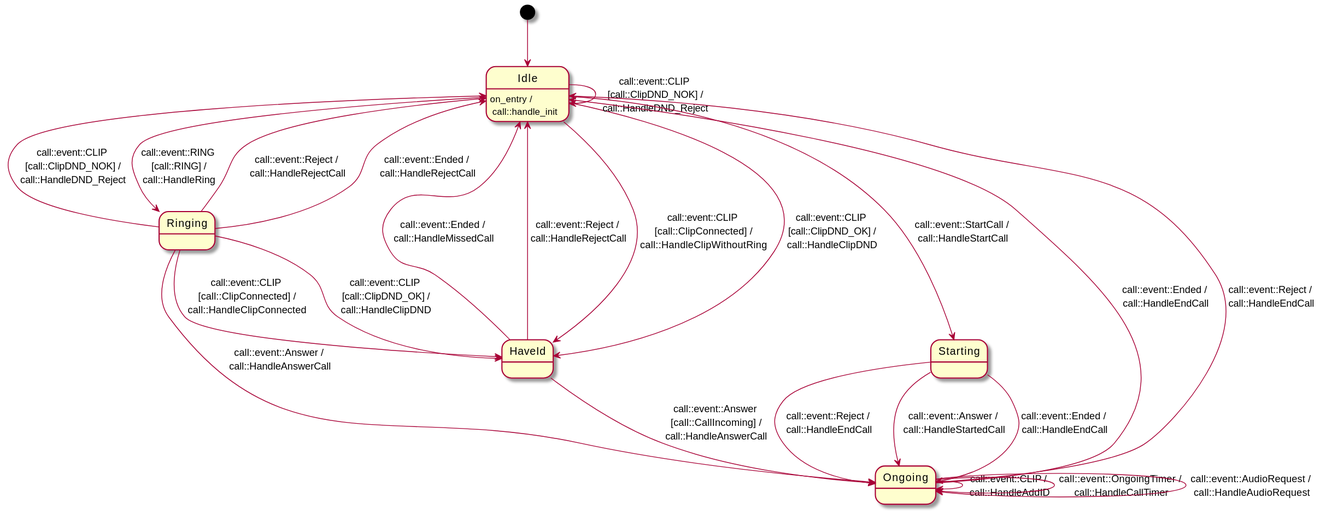
The PlantUML diagram module-services/service-cellular/call/doc/call.svg in mudita/MuditaOS, before a commit. Source of this version:
```plantuml
@startuml

[*] --> Idle
Idle : on_entry /\n call::handle_init
Idle --> Ringing : call::event::RING\n [call::RING] /\n call::HandleRing
Idle --> HaveId : call::event::CLIP\n [call::ClipConnected] /\n call::HandleClipWithoutRing
Idle --> HaveId : call::event::CLIP\n [call::ClipDND_OK] /\n call::HandleClipDND
Idle --> Idle : call::event::CLIP\n [call::ClipDND_NOK] /\n call::HandleDND_Reject
Idle --> Starting : call::event::StartCall /\n call::HandleStartCall
Starting --> Ongoing : call::event::Ended /\n call::HandleEndCall
Starting --> Ongoing : call::event::Reject /\n call::HandleEndCall
Starting --> Ongoing : call::event::Answer /\n call::HandleStartedCall
Ringing --> Ongoing : call::event::Answer /\n call::HandleAnswerCall
Ringing --> Idle : call::event::Reject /\n call::HandleRejectCall
Ringing --> Idle : call::event::Ended /\n call::HandleRejectCall
Ringing --> HaveId : call::event::CLIP\n [call::ClipConnected] /\n call::HandleClipConnected
Ringing --> HaveId : call::event::CLIP\n [call::ClipDND_OK] /\n call::HandleClipDND
Ringing --> Idle : call::event::CLIP\n [call::ClipDND_NOK] /\n call::HandleDND_Reject
HaveId --> Ongoing : call::event::Answer\n [call::CallIncoming] /\n call::HandleAnswerCall
HaveId --> Idle : call::event::Ended /\n call::HandleMissedCall
HaveId --> Idle : call::event::Reject /\n call::HandleRejectCall
Ongoing --> Ongoing : call::event::CLIP /\n call::HandleAddID
Ongoing --> Ongoing : call::event::OngoingTimer /\n call::HandleCallTimer
Ongoing --> Ongoing : call::event::AudioRequest /\n call::HandleAudioRequest
Ongoing --> Idle : call::event::Ended /\n call::HandleEndCall
Ongoing --> Idle : call::event::Reject /\n call::HandleEndCall

@enduml
```
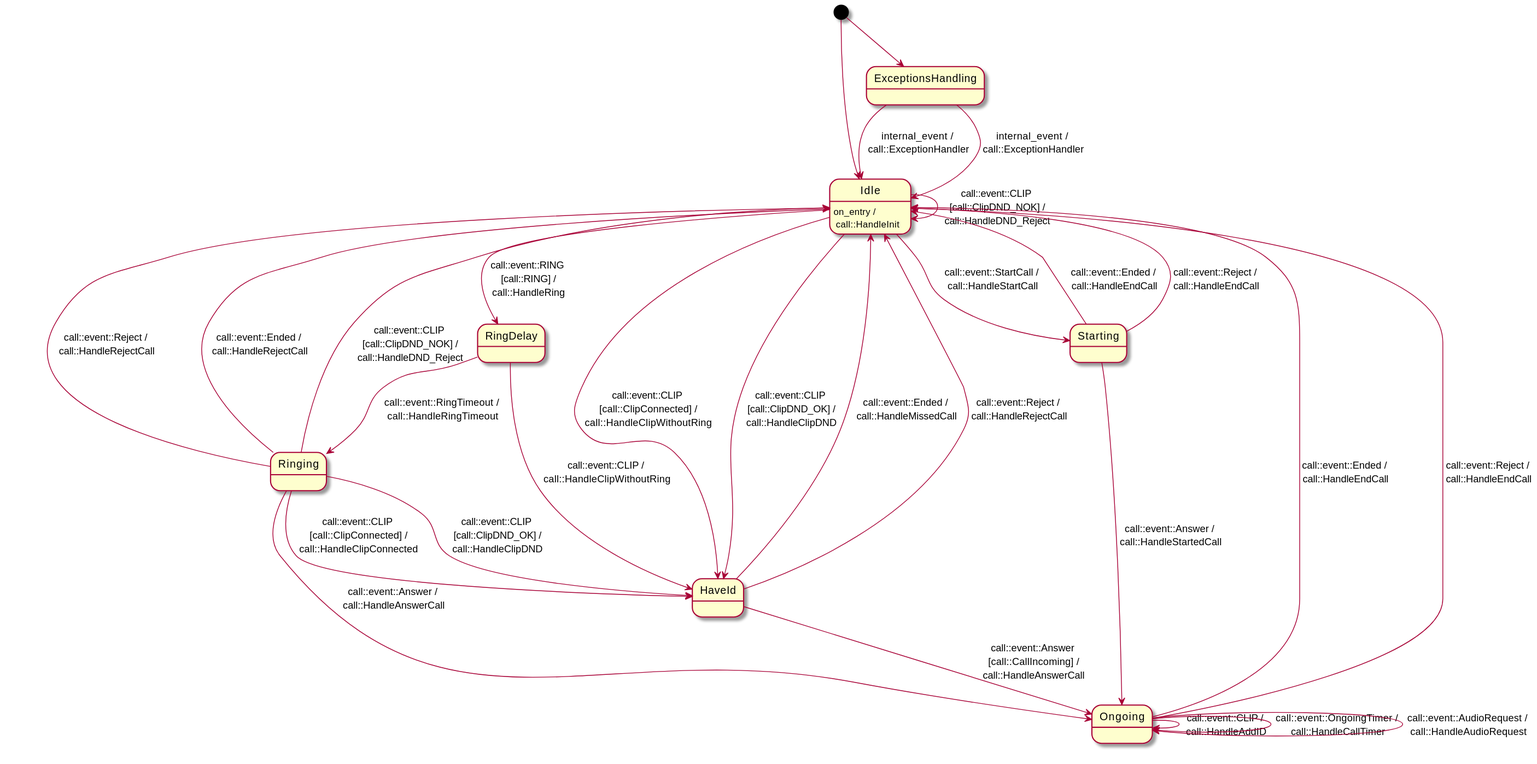
Later version of the same file.

Commit message:
[MOS-459] Wait with GUI change till RING delay

Change to the diagram source:
```diff
@@ -1,15 +1,17 @@
 @startuml
 
 [*] --> Idle
-Idle : on_entry /\n call::handle_init
-Idle --> Ringing : call::event::RING\n [call::RING] /\n call::HandleRing
+Idle : on_entry /\n call::HandleInit
+Idle --> RingDelay : call::event::RING\n [call::RING] /\n call::HandleRing
 Idle --> HaveId : call::event::CLIP\n [call::ClipConnected] /\n call::HandleClipWithoutRing
 Idle --> HaveId : call::event::CLIP\n [call::ClipDND_OK] /\n call::HandleClipDND
 Idle --> Idle : call::event::CLIP\n [call::ClipDND_NOK] /\n call::HandleDND_Reject
 Idle --> Starting : call::event::StartCall /\n call::HandleStartCall
-Starting --> Ongoing : call::event::Ended /\n call::HandleEndCall
-Starting --> Ongoing : call::event::Reject /\n call::HandleEndCall
+Starting --> Idle : call::event::Ended /\n call::HandleEndCall
+Starting --> Idle : call::event::Reject /\n call::HandleEndCall
 Starting --> Ongoing : call::event::Answer /\n call::HandleStartedCall
+RingDelay --> Ringing : call::event::RingTimeout /\n call::HandleRingTimeout
+RingDelay --> HaveId : call::event::CLIP /\n call::HandleClipWithoutRing
 Ringing --> Ongoing : call::event::Answer /\n call::HandleAnswerCall
 Ringing --> Idle : call::event::Reject /\n call::HandleRejectCall
 Ringing --> Idle : call::event::Ended /\n call::HandleRejectCall
@@ -25,4 +27,8 @@
 Ongoing --> Idle : call::event::Ended /\n call::HandleEndCall
 Ongoing --> Idle : call::event::Reject /\n call::HandleEndCall
 
+[*] --> ExceptionsHandling
+ExceptionsHandling --> Idle : internal_event /\n call::ExceptionHandler
+ExceptionsHandling --> Idle : internal_event /\n call::ExceptionHandler
+
 @enduml
```
